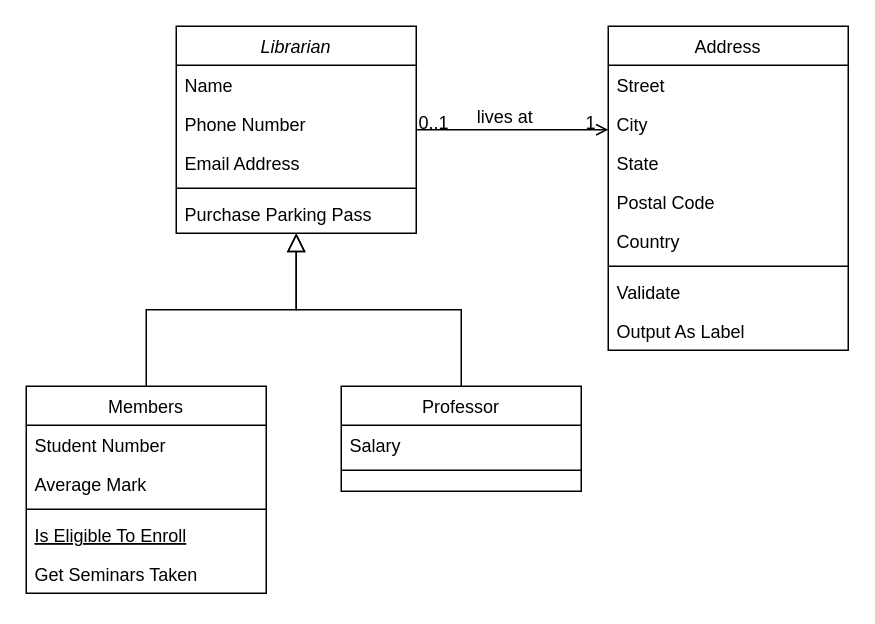
Before: Untitled Diagram.drawio in Twpendleton/ClassUMLDiagram, a draw.io diagram. Source tidied: cells renumbered, new cells numbered last; positions are measured from the earlier drawing's top-left corner, leaving out a move shared by most shapes. Both pictures are drawn from the tidied source at 150%, with x=0, y=0 at pixel (26, 26).
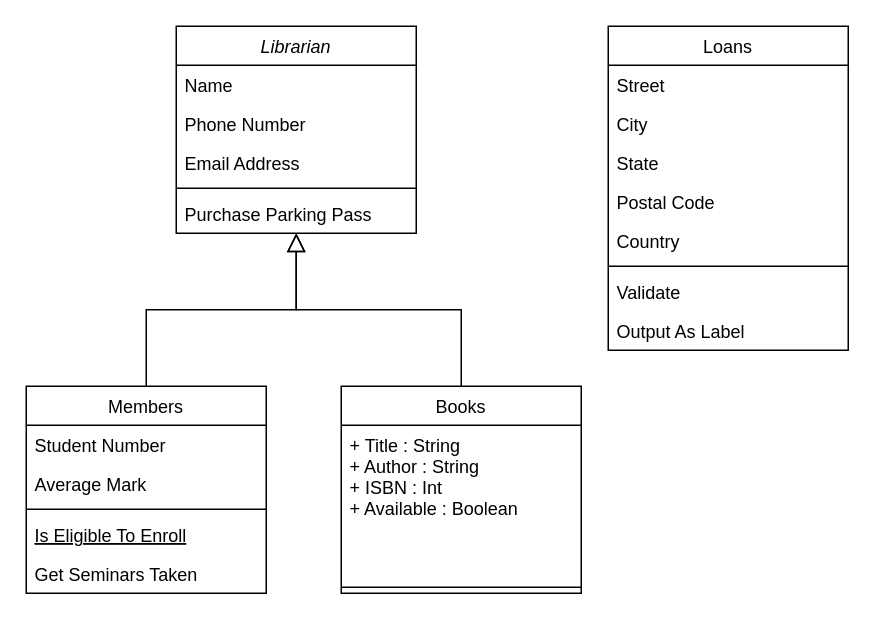
Above is the later version.

The change refers to these unchanged cells:
```xml
<mxCell id="2" value="Librarian" style="swimlane;fontStyle=2;align=center;verticalAlign=top;horizontal=1;startSize=26;rounded=0;shadow=0;strokeWidth=1;" parent="1" vertex="1">
  <mxGeometry x="100" width="160" height="138" as="geometry" />
</mxCell>
```

Change to the diagram source:
```diff
@@
-    <mxCell id="15" value="Professor" style="swimlane;fontStyle=0;align=center;verticalAlign=top;horizontal=1;startSize=26;rounded=0;shadow=0;strokeWidth=1;" parent="1" vertex="1">
-      <mxGeometry x="210" y="240" width="160" height="70" as="geometry" />
+    <mxCell id="15" value="Books" style="swimlane;fontStyle=0;align=center;verticalAlign=top;horizontal=1;startSize=26;rounded=0;shadow=0;strokeWidth=1;" parent="1" vertex="1">
+      <mxGeometry x="210" y="240" width="160" height="138" as="geometry" />
     </mxCell>
-    <mxCell id="16" value="Salary" style="text;align=left;verticalAlign=top;spacingLeft=4;spacingRight=4;overflow=hidden;" parent="15" vertex="1">
-      <mxGeometry y="26" width="160" height="26" as="geometry" />
+    <mxCell id="16" value="+ Title : String&#10;+ Author : String&#10;+ ISBN : Int&#10;+ Available : Boolean" style="text;align=left;verticalAlign=top;spacingLeft=4;spacingRight=4;overflow=hidden;" parent="15" vertex="1">
+      <mxGeometry y="26" width="160" height="104" as="geometry" />
     </mxCell>
     <mxCell id="17" style="line;html=1;strokeWidth=1;align=left;verticalAlign=middle;spacingTop=-1;spacingLeft=3;spacingRight=3;labelPosition=right;" parent="15" vertex="1">
-      <mxGeometry y="52" width="160" height="8" as="geometry" />
+      <mxGeometry y="130" width="160" height="8" as="geometry" />
     </mxCell>
@@
-    <mxCell id="19" value="Address" style="swimlane;fontStyle=0;align=center;verticalAlign=top;horizontal=1;startSize=26;rounded=0;shadow=0;strokeWidth=1;" parent="1" vertex="1">
+    <mxCell id="19" value="Loans" style="swimlane;fontStyle=0;align=center;verticalAlign=top;horizontal=1;startSize=26;rounded=0;shadow=0;strokeWidth=1;" parent="1" vertex="1">
       <mxGeometry x="388" width="160" height="216" as="geometry" />
     </mxCell>
@@
-    <mxCell id="28" style="endArrow=open;shadow=0;strokeWidth=1;rounded=0;curved=0;endFill=1;edgeStyle=elbowEdgeStyle;elbow=vertical;" parent="1" edge="1" source="2" target="19">
-      <mxGeometry x="0.5" y="41" relative="1" as="geometry">
-        <mxPoint x="-40" y="32" as="offset" />
-      </mxGeometry>
-    </mxCell>
-    <mxCell id="29" value="0..1" style="align=left;verticalAlign=bottom;labelBackgroundColor=none;fontSize=12;" parent="28" vertex="1">
-      <mxGeometry x="-1" relative="1" as="geometry">
-        <mxPoint y="4" as="offset" />
-      </mxGeometry>
-    </mxCell>
-    <mxCell id="30" value="1" style="align=right;verticalAlign=bottom;labelBackgroundColor=none;fontSize=12;" parent="28" vertex="1">
-      <mxGeometry x="1" relative="1" as="geometry">
-        <mxPoint x="-7" y="4" as="offset" />
-      </mxGeometry>
-    </mxCell>
-    <mxCell id="31" value="lives at" style="text;html=1;align=center;verticalAlign=middle;labelBackgroundColor=none;rounded=0;shadow=0;strokeWidth=1;fontSize=12;" parent="28" vertex="1">
-      <mxGeometry x="0.5" y="49" relative="1" as="geometry">
-        <mxPoint x="-38" y="40" as="offset" />
-      </mxGeometry>
-    </mxCell>
```
